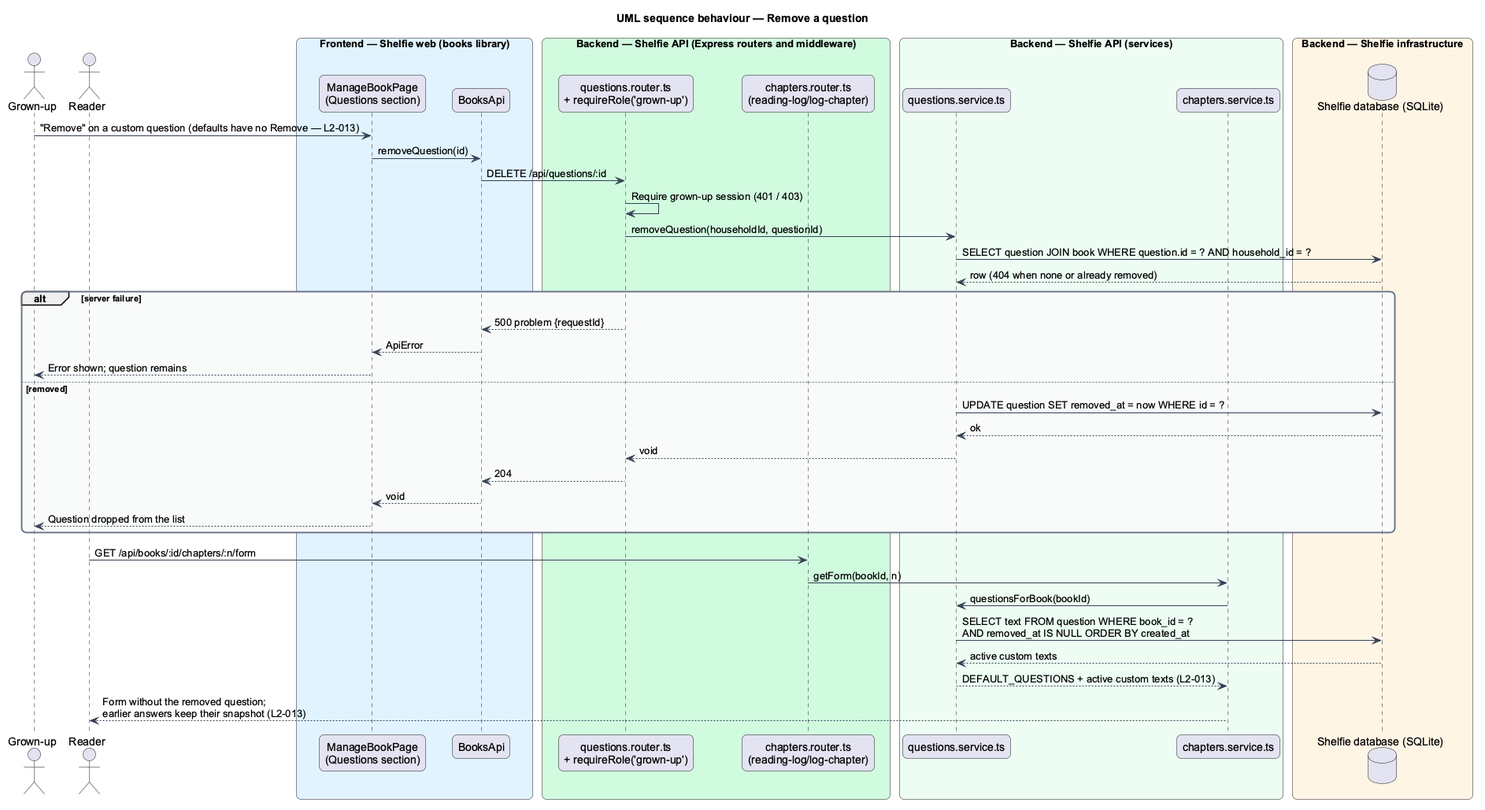
QuinntyneBrown/shelfie keeps this PlantUML diagram as docs/detailed-designs/books/manage-questions/diagrams/sequence-remove-question.png. Above is the earlier version.
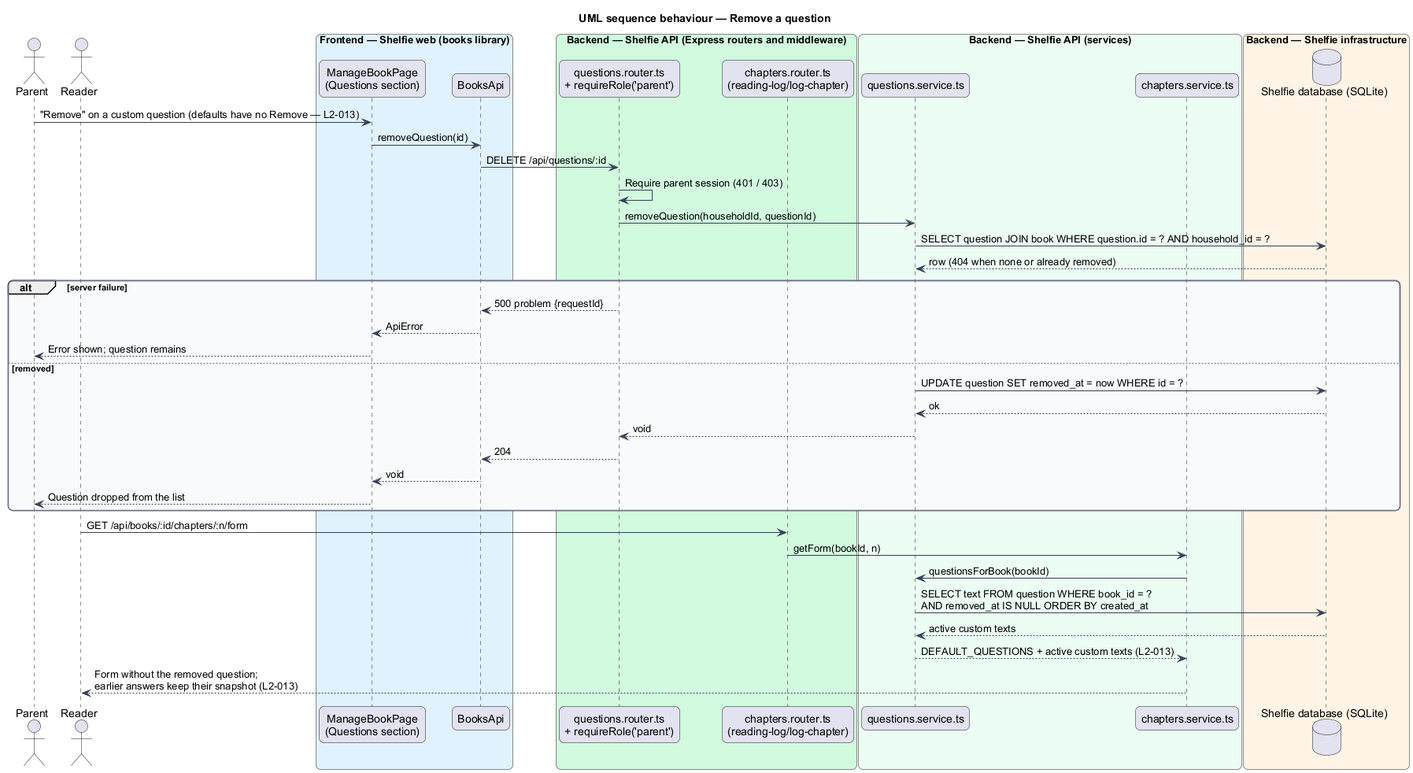
Later version of the same file.

The edit, as a diff of the source:
```diff
@@ -14,14 +14,14 @@
   FontColor #101828
   BackgroundColor #F9FAFB
 }
-actor "Grown-up" as grownUp
+actor "Parent" as grownUp
 actor "Reader" as reader
 box "Frontend — Shelfie web (books library)" #E0F2FE
   participant "ManageBookPage\n(Questions section)" as page
   participant "BooksApi" as client
 end box
 box "Backend — Shelfie API (Express routers and middleware)" #D1FADF
-  participant "questions.router.ts\n+ requireRole('grown-up')" as router
+  participant "questions.router.ts\n+ requireRole('parent')" as router
   participant "chapters.router.ts\n(reading-log/log-chapter)" as chaptersRouter
 end box
 box "Backend — Shelfie API (services)" #ECFDF3
@@ -35,7 +35,7 @@
 grownUp -> page : "Remove" on a custom question (defaults have no Remove — L2-013)
 page -> client : removeQuestion(id)
 client -> router : DELETE /api/questions/:id
-router -> router : Require grown-up session (401 / 403)
+router -> router : Require parent session (401 / 403)
 router -> service : removeQuestion(householdId, questionId)
 service -> db : SELECT question JOIN book WHERE question.id = ? AND household_id = ?
 db --> service : row (404 when none or already removed)
```
